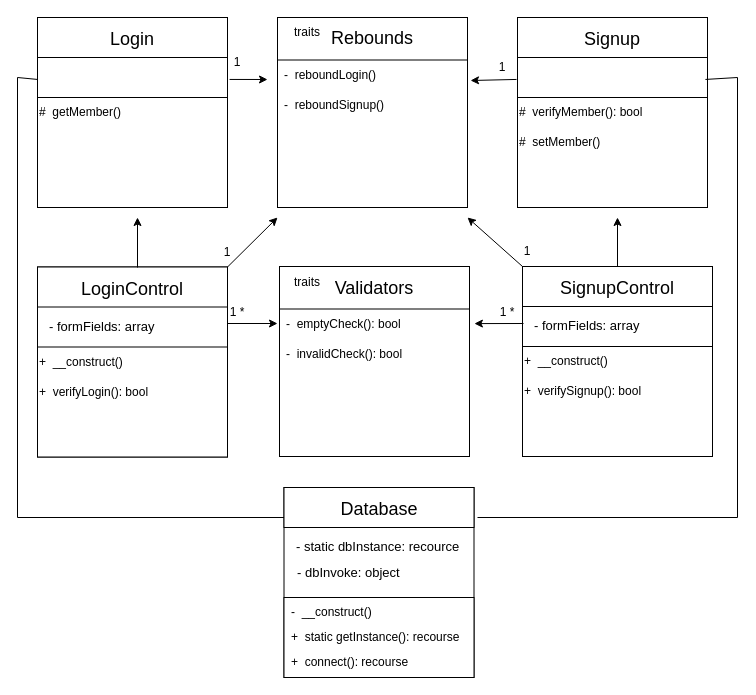
Above: documentation/ClassDiagram.drawio in Allen16081992/Donkerdom (draw.io), before the change. Source tidied: cells renumbered, new cells numbered last; positions are measured from the earlier drawing's top-left corner, leaving out a move shared by most shapes. Both pictures are drawn from the tidied source at 100%, with x=0, y=0 at pixel (17, 17).
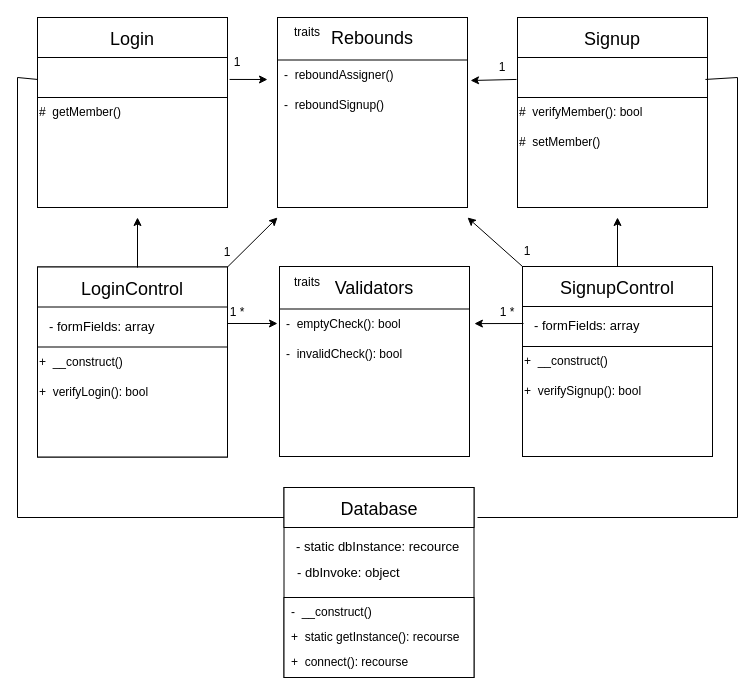
The same page after the edit.

Diff of the diagram source:
```diff
@@
-    <mxCell id="18" value="&lt;div align=&quot;left&quot;&gt;-&amp;nbsp; reboundLogin()&lt;br&gt;&lt;/div&gt;" style="text;html=1;align=left;verticalAlign=middle;whiteSpace=wrap;rounded=0;" parent="1" vertex="1">
+    <mxCell id="18" value="&lt;div align=&quot;left&quot;&gt;-&amp;nbsp; reboundAssigner()&lt;br&gt;&lt;/div&gt;" style="text;html=1;align=left;verticalAlign=middle;whiteSpace=wrap;rounded=0;" parent="1" vertex="1">
       <mxGeometry x="265" y="42.5" width="175" height="30" as="geometry" />
     </mxCell>
```
